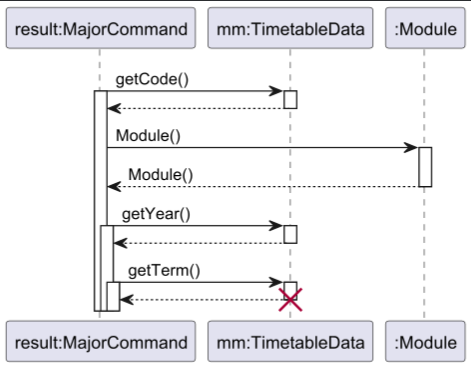
Before: docs/diagrams/majorCommand-GetModuleFromMajorObject.png, a diagram exported from PlantUML (mendax1234/tp). Its source is kept beside it as docs/diagrams/majorCommand-GetModuleFromMajorObject.puml.
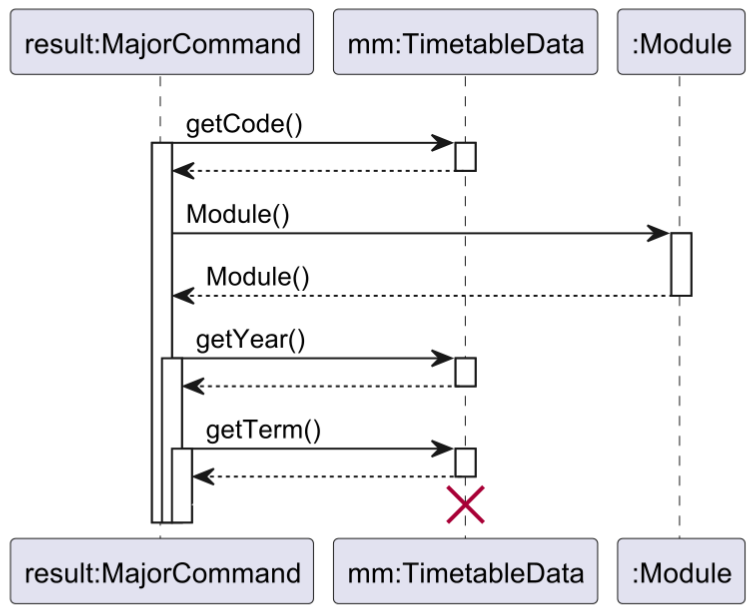
The same file after the commit.

Commit message:
Fix MajorCommand sequence diagram

What changed in the source:
```diff
@@ -22,6 +22,8 @@
 activate "result:MajorCommand"
 activate "mm:TimetableData"
 "result:MajorCommand" <-- "mm:TimetableData"
+deactivate "mm:TimetableData"
+"result:MajorCommand" <-[#white]- "mm:TimetableData"
 destroy "mm:TimetableData"
 
 
```
